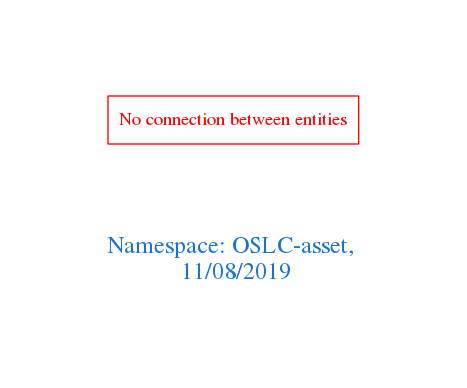
The Graphviz diagram downloads/OSLC-asset.png in arago/OGIT, before a commit. Its source is kept beside it as downloads/OSLC-asset.dot.
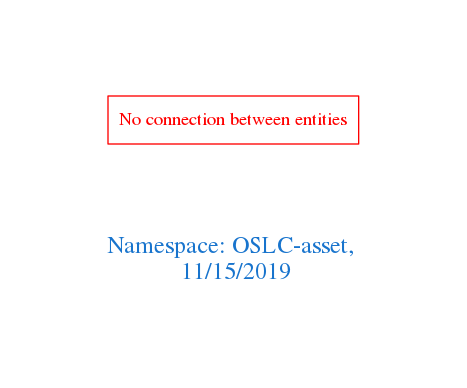
Later version of the same file.

What changed in the source:
```diff
@@ -1,7 +1,7 @@
 digraph OGIT_ontology {
  graph [ rankdir= LR,pad=1
 fontsize = 18,
-fontcolor= dodgerblue3,label = "\n\n\nNamespace: OSLC-asset, \n 11/08/2019"];
+fontcolor= dodgerblue3,label = "\n\n\nNamespace: OSLC-asset, \n 11/15/2019"];
 node[shape=polygon];
 edge [  color="gray81"];
 
```
